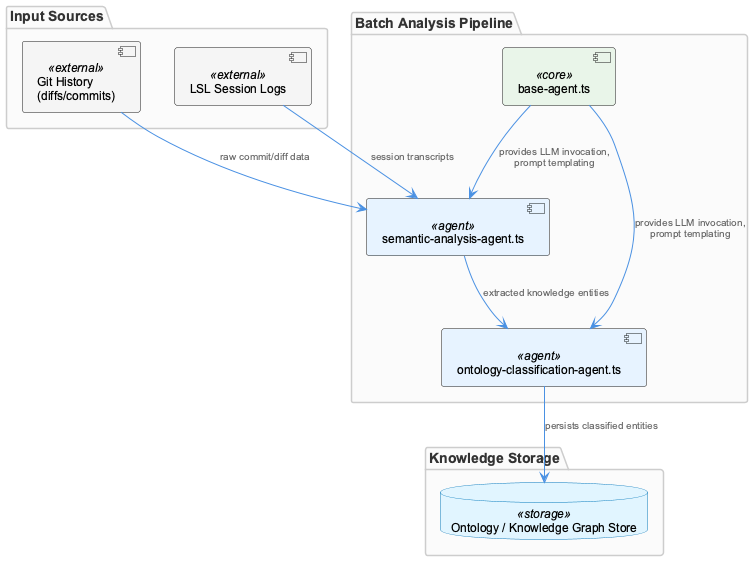
Before: knowledge-management/insights/images/semantic-analysis-architecture.png, a diagram exported from PlantUML (fwornle/coding).
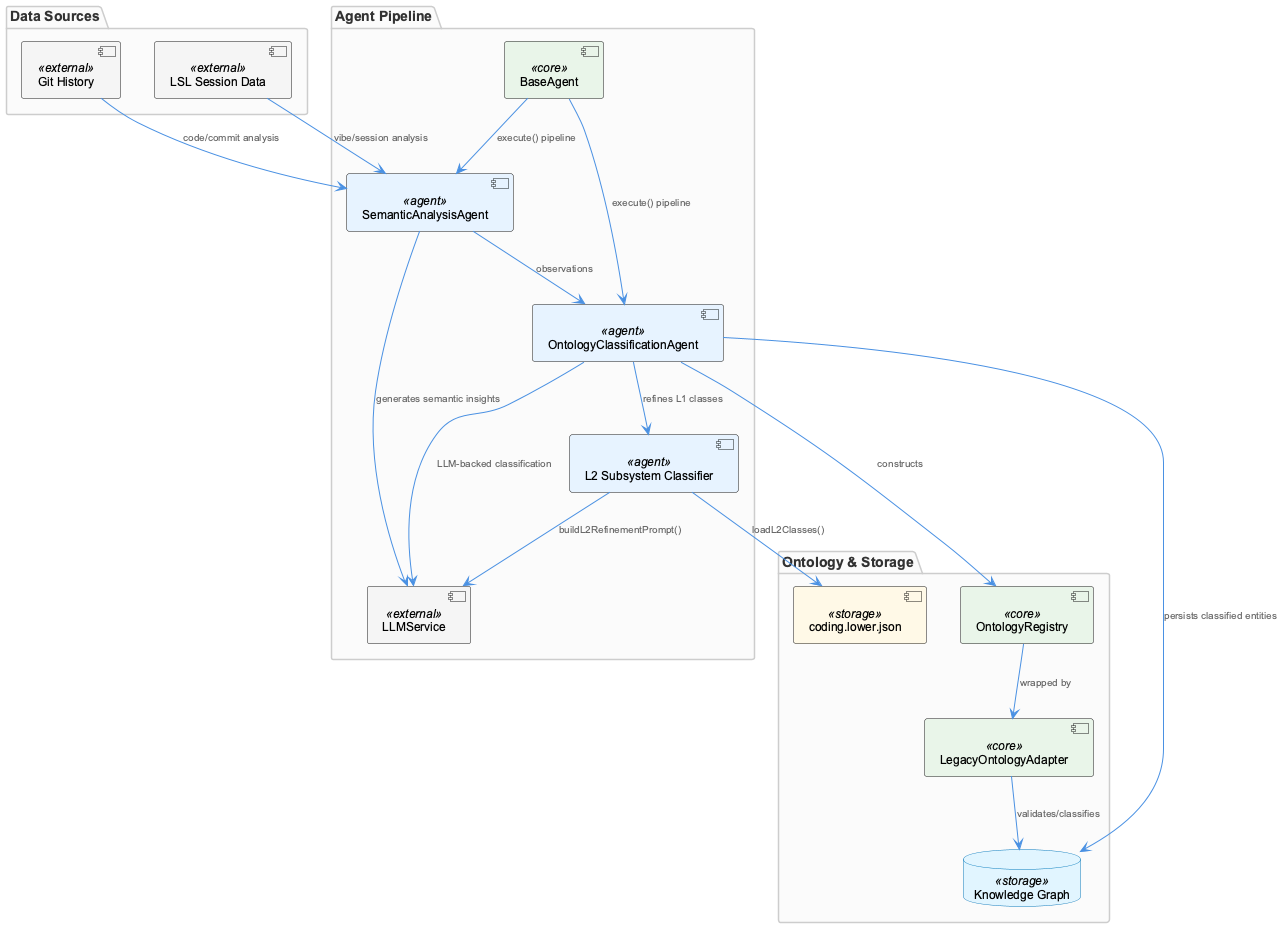
Above is the later version.

The edit, as a diff of the source:
```diff
@@ -1,29 +1,41 @@
 @startuml
 !include /Users/Q284340/Agentic/coding/docs/puml/_standard-style.puml
 
-package "Input Sources" {
-  component "Git History\n(diffs/commits)" as git <<external>>
-  component "LSL Session Logs" as lsl <<external>>
+package "Data Sources" {
+  component "Git History" as git <<external>>
+  component "LSL Session Data" as lsl <<external>>
 }
 
-package "Batch Analysis Pipeline" {
-  component "base-agent.ts" as base <<core>>
-  component "semantic-analysis-agent.ts" as semantic <<agent>>
-  component "ontology-classification-agent.ts" as ontology <<agent>>
+package "Agent Pipeline" {
+  component "BaseAgent" as base <<core>>
+  component "SemanticAnalysisAgent" as saa <<agent>>
+  component "OntologyClassificationAgent" as oca <<agent>>
+  component "L2 Subsystem Classifier" as l2 <<agent>>
+  component "LLMService" as llm <<external>>
 }
 
-package "Knowledge Storage" {
-  database "Ontology / Knowledge Graph Store" as kg <<storage>>
+package "Ontology & Storage" {
+  component "OntologyRegistry" as reg <<core>>
+  component "LegacyOntologyAdapter" as adapter <<core>>
+  database "Knowledge Graph" as kg <<storage>>
+  component "coding.lower.json" as codingjson <<storage>>
 }
 
-git --> semantic : "raw commit/diff data"
-lsl --> semantic : "session transcripts"
+git --> saa : "code/commit analysis"
+lsl --> saa : "vibe/session analysis"
+saa --> llm : "generates semantic insights"
+base --> saa : "execute() pipeline"
+base --> oca : "execute() pipeline"
 
-base --> semantic : "provides LLM invocation,\nprompt templating"
-base --> ontology : "provides LLM invocation,\nprompt templating"
+saa --> oca : "observations"
+oca --> reg : "constructs"
+reg --> adapter : "wrapped by"
+oca --> llm : "LLM-backed classification"
+oca --> l2 : "refines L1 classes"
+l2 --> codingjson : "loadL2Classes()"
+l2 --> llm : "buildL2RefinementPrompt()"
 
-semantic --> ontology : "extracted knowledge entities"
-
-ontology --> kg : "persists classified entities"
+oca --> kg : "persists classified entities"
+adapter --> kg : "validates/classifies"
 
 @enduml
```
